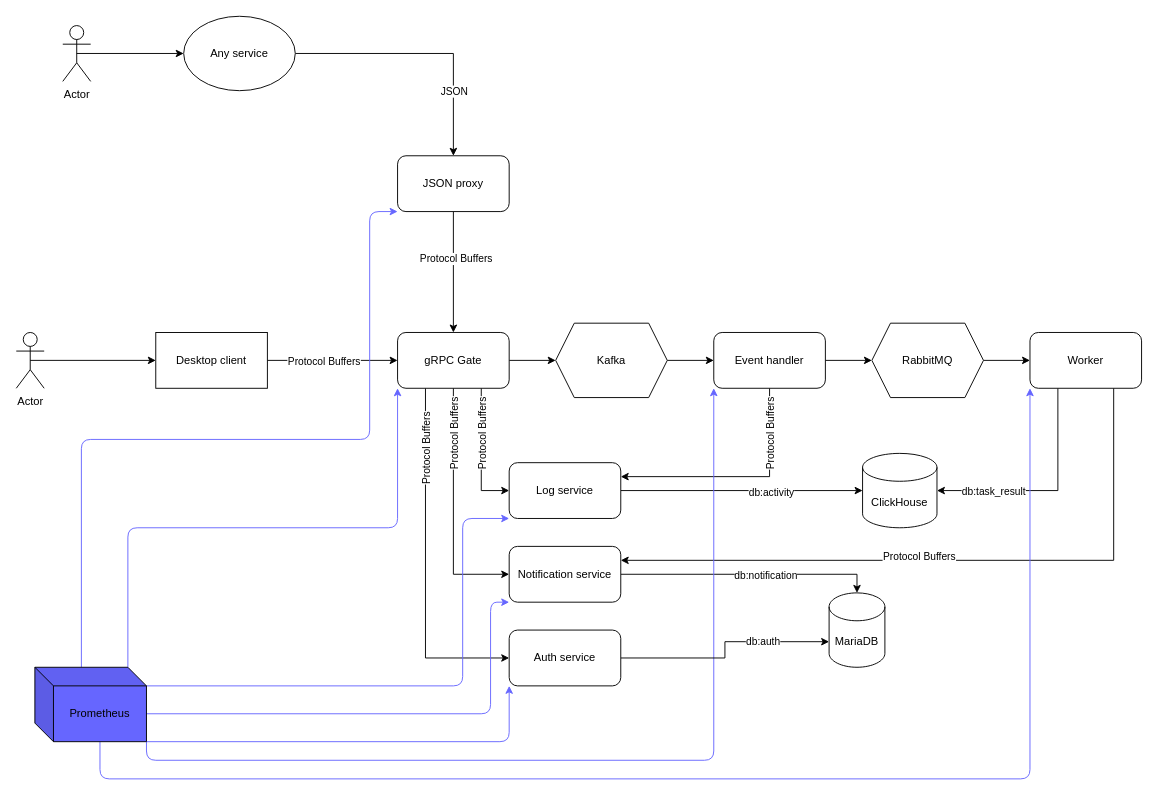
Before: page "New" (1 of 2) of scheme.drawio in gbh007/petus-projectus, a draw.io diagram. Source tidied: cells renumbered, new cells numbered last; positions are measured from the earlier drawing's top-left corner, leaving out a move shared by most shapes. Both pictures are drawn from the tidied source at 93%, with x=0, y=0 at pixel (16, 16).
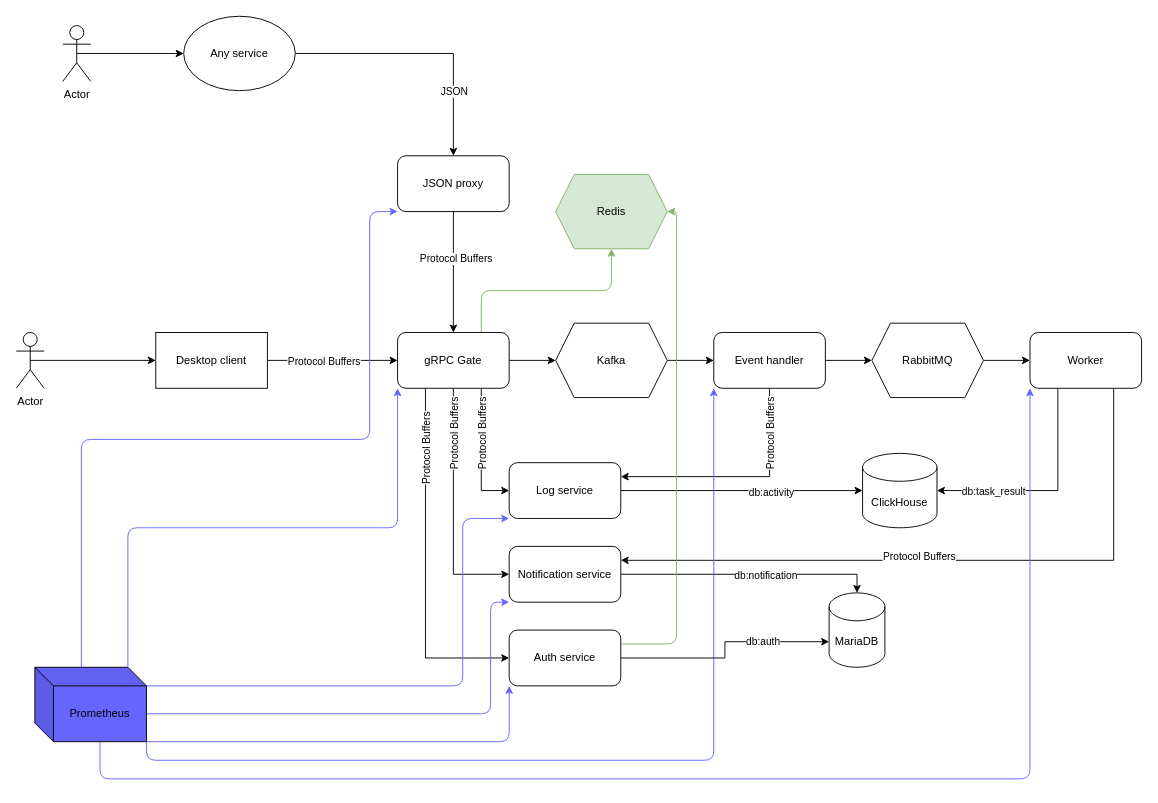
The same diagram, later.

Commit message (it also covers changes not shown here):
Добавление редиса на схему

The change refers to these unchanged cells:
```xml
<mxCell id="21" value="gRPC Gate" style="rounded=1;whiteSpace=wrap;html=1;" parent="1" vertex="1">
  <mxGeometry x="410" y="340" width="120" height="60" as="geometry" />
</mxCell>
<mxCell id="51" value="Auth service" style="rounded=1;whiteSpace=wrap;html=1;" parent="1" vertex="1">
  <mxGeometry x="530" y="660" width="120" height="60" as="geometry" />
</mxCell>
```

The edit, as a diff of the source:
```diff
@@
+    <mxCell id="55" style="edgeStyle=orthogonalEdgeStyle;html=1;exitX=0.75;exitY=0;exitDx=0;exitDy=0;entryX=0.5;entryY=1;entryDx=0;entryDy=0;strokeColor=#82b366;fillColor=#d5e8d4;" parent="1" edge="1" source="21" target="57">
+      <mxGeometry relative="1" as="geometry" />
+    </mxCell>
@@
+    <mxCell id="56" style="edgeStyle=orthogonalEdgeStyle;html=1;exitX=1;exitY=0.25;exitDx=0;exitDy=0;entryX=1;entryY=0.5;entryDx=0;entryDy=0;fillColor=#d5e8d4;strokeColor=#82b366;" parent="1" edge="1" source="51" target="57">
+      <mxGeometry relative="1" as="geometry" />
+    </mxCell>
@@
+    <mxCell id="57" value="Redis" style="shape=hexagon;perimeter=hexagonPerimeter2;whiteSpace=wrap;html=1;fixedSize=1;fillColor=#d5e8d4;strokeColor=#82b366;" parent="1" vertex="1">
+      <mxGeometry x="580" y="170" width="120" height="80" as="geometry" />
+    </mxCell>
```
